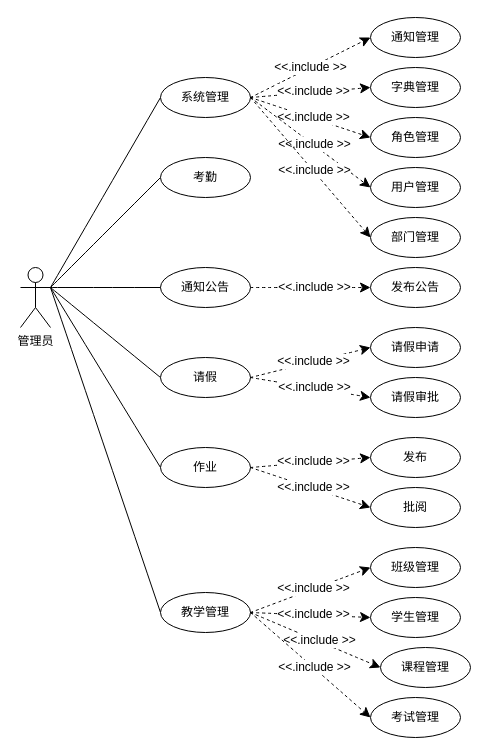
The draw.io diagram page "管理员用例图" (41 of 47) of 系统结构图.drawio in yuglei/design, before the edit. Source tidied: cells renumbered, new cells numbered last; positions are measured from the earlier drawing's top-left corner, leaving out a move shared by most shapes. Both pictures are drawn from the tidied source at 100%, with x=0, y=0 at pixel (20, 17).
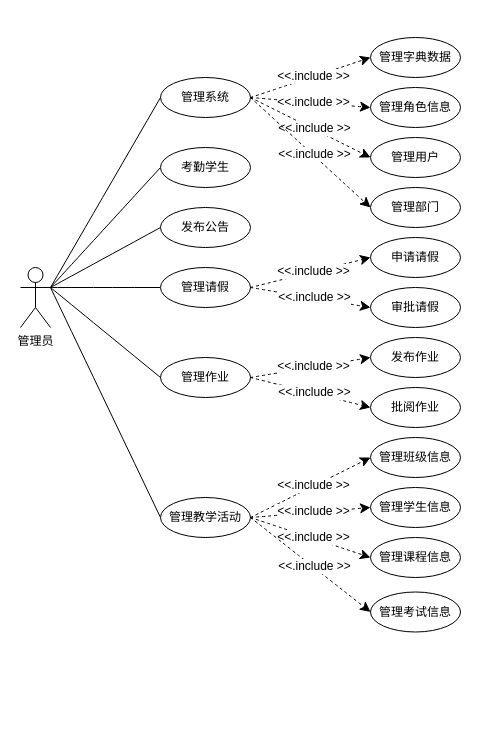
The same page after the edit.

The change refers to these unchanged cells:
```xml
<mxCell id="7" value="管理员" style="shape=umlActor;verticalLabelPosition=bottom;verticalAlign=top;html=1;outlineConnect=0;" parent="1" vertex="1">
  <mxGeometry y="250" width="30" height="60" as="geometry" />
</mxCell>
```

Change to the diagram source:
```diff
@@
-    <mxCell id="8" value="&amp;lt;&amp;lt;.include &amp;gt;&amp;gt;" style="edgeStyle=none;curved=1;rounded=0;jettySize=auto;html=1;exitX=1;exitY=0.5;exitDx=0;exitDy=0;entryX=0;entryY=0.5;entryDx=0;entryDy=0;fontSize=12;startSize=8;endSize=8;dashed=1;" parent="1" edge="1" source="9" target="14">
-      <mxGeometry relative="1" as="geometry" />
-    </mxCell>
-    <mxCell id="9" value="系统管理" style="ellipse;whiteSpace=wrap;html=1;" parent="1" vertex="1">
+    <mxCell id="9" value="管理系统" style="ellipse;whiteSpace=wrap;html=1;" parent="1" vertex="1">
       <mxGeometry x="140" y="60" width="90" height="40" as="geometry" />
     </mxCell>
-    <mxCell id="10" value="教学管理" style="ellipse;whiteSpace=wrap;html=1;" parent="1" vertex="1">
-      <mxGeometry x="140" y="575" width="90" height="40" as="geometry" />
+    <mxCell id="10" value="管理教学活动" style="ellipse;whiteSpace=wrap;html=1;" parent="1" vertex="1">
+      <mxGeometry x="140" y="480" width="90" height="40" as="geometry" />
     </mxCell>
-    <mxCell id="11" value="考勤" style="ellipse;whiteSpace=wrap;html=1;" parent="1" vertex="1">
-      <mxGeometry x="140" y="140" width="90" height="40" as="geometry" />
+    <mxCell id="11" value="考勤学生" style="ellipse;whiteSpace=wrap;html=1;" parent="1" vertex="1">
+      <mxGeometry x="140" y="130" width="90" height="40" as="geometry" />
     </mxCell>
-    <mxCell id="12" value="作业" style="ellipse;whiteSpace=wrap;html=1;" parent="1" vertex="1">
-      <mxGeometry x="140" y="430" width="90" height="40" as="geometry" />
+    <mxCell id="12" value="管理作业" style="ellipse;whiteSpace=wrap;html=1;" parent="1" vertex="1">
+      <mxGeometry x="140" y="340" width="90" height="40" as="geometry" />
     </mxCell>
-    <mxCell id="13" value="请假" style="ellipse;whiteSpace=wrap;html=1;" parent="1" vertex="1">
-      <mxGeometry x="140" y="340" width="90" height="40" as="geometry" />
+    <mxCell id="13" value="管理请假" style="ellipse;whiteSpace=wrap;html=1;" parent="1" vertex="1">
+      <mxGeometry x="140" y="250" width="90" height="40" as="geometry" />
     </mxCell>
-    <mxCell id="14" value="通知管理" style="ellipse;whiteSpace=wrap;html=1;" parent="1" vertex="1">
-      <mxGeometry x="350" width="90" height="40" as="geometry" />
-    </mxCell>
-    <mxCell id="15" value="部门管理" style="ellipse;whiteSpace=wrap;html=1;" parent="1" vertex="1">
-      <mxGeometry x="350" y="200" width="90" height="40" as="geometry" />
+    <mxCell id="15" value="管理部门" style="ellipse;whiteSpace=wrap;html=1;" parent="1" vertex="1">
+      <mxGeometry x="350" y="170" width="90" height="40" as="geometry" />
     </mxCell>
-    <mxCell id="16" value="字典管理" style="ellipse;whiteSpace=wrap;html=1;" parent="1" vertex="1">
-      <mxGeometry x="350" y="50" width="90" height="40" as="geometry" />
+    <mxCell id="16" value="管理字典数据" style="ellipse;whiteSpace=wrap;html=1;" parent="1" vertex="1">
+      <mxGeometry x="350" y="20" width="90" height="40" as="geometry" />
     </mxCell>
-    <mxCell id="17" value="角色管理" style="ellipse;whiteSpace=wrap;html=1;" parent="1" vertex="1">
-      <mxGeometry x="350" y="100" width="90" height="40" as="geometry" />
+    <mxCell id="17" value="管理角色信息" style="ellipse;whiteSpace=wrap;html=1;" parent="1" vertex="1">
+      <mxGeometry x="350" y="70" width="90" height="40" as="geometry" />
     </mxCell>
-    <mxCell id="18" value="用户管理" style="ellipse;whiteSpace=wrap;html=1;" parent="1" vertex="1">
-      <mxGeometry x="350" y="150" width="90" height="40" as="geometry" />
+    <mxCell id="18" value="管理用户" style="ellipse;whiteSpace=wrap;html=1;" parent="1" vertex="1">
+      <mxGeometry x="350" y="120" width="90" height="40" as="geometry" />
     </mxCell>
@@
-    <mxCell id="27" value="请假审批" style="ellipse;whiteSpace=wrap;html=1;" parent="1" vertex="1">
-      <mxGeometry x="350" y="360" width="90" height="40" as="geometry" />
+    <mxCell id="27" value="审批请假" style="ellipse;whiteSpace=wrap;html=1;" parent="1" vertex="1">
+      <mxGeometry x="350" y="270" width="90" height="40" as="geometry" />
     </mxCell>
-    <mxCell id="28" value="请假申请" style="ellipse;whiteSpace=wrap;html=1;" parent="1" vertex="1">
-      <mxGeometry x="350" y="310" width="90" height="40" as="geometry" />
+    <mxCell id="28" value="申请请假" style="ellipse;whiteSpace=wrap;html=1;" parent="1" vertex="1">
+      <mxGeometry x="350" y="220" width="90" height="40" as="geometry" />
     </mxCell>
@@
-    <mxCell id="33" value="批阅" style="ellipse;whiteSpace=wrap;html=1;" parent="1" vertex="1">
-      <mxGeometry x="350" y="470" width="90" height="40" as="geometry" />
+    <mxCell id="33" value="批阅作业" style="ellipse;whiteSpace=wrap;html=1;" parent="1" vertex="1">
+      <mxGeometry x="350" y="370" width="90" height="40" as="geometry" />
     </mxCell>
-    <mxCell id="34" value="发布" style="ellipse;whiteSpace=wrap;html=1;" parent="1" vertex="1">
-      <mxGeometry x="350" y="420" width="90" height="40" as="geometry" />
+    <mxCell id="34" value="发布作业" style="ellipse;whiteSpace=wrap;html=1;" parent="1" vertex="1">
+      <mxGeometry x="350" y="320" width="90" height="40" as="geometry" />
     </mxCell>
@@
-    <mxCell id="39" value="考试管理" style="ellipse;whiteSpace=wrap;html=1;" parent="1" vertex="1">
-      <mxGeometry x="350" y="680" width="90" height="40" as="geometry" />
+    <mxCell id="39" value="管理考试信息" style="ellipse;whiteSpace=wrap;html=1;" parent="1" vertex="1">
+      <mxGeometry x="350" y="574.5" width="90" height="40" as="geometry" />
     </mxCell>
-    <mxCell id="40" value="学生管理" style="ellipse;whiteSpace=wrap;html=1;" parent="1" vertex="1">
-      <mxGeometry x="350" y="580" width="90" height="40" as="geometry" />
+    <mxCell id="40" value="管理学生信息" style="ellipse;whiteSpace=wrap;html=1;" parent="1" vertex="1">
+      <mxGeometry x="350" y="470" width="90" height="40" as="geometry" />
     </mxCell>
-    <mxCell id="41" value="班级管理" style="ellipse;whiteSpace=wrap;html=1;" parent="1" vertex="1">
-      <mxGeometry x="350" y="530" width="90" height="40" as="geometry" />
+    <mxCell id="41" value="管理班级信息" style="ellipse;whiteSpace=wrap;html=1;" parent="1" vertex="1">
+      <mxGeometry x="350" y="420" width="90" height="40" as="geometry" />
     </mxCell>
-    <mxCell id="42" value="课程管理" style="ellipse;whiteSpace=wrap;html=1;" parent="1" vertex="1">
-      <mxGeometry x="360" y="630" width="90" height="40" as="geometry" />
+    <mxCell id="42" value="管理课程信息" style="ellipse;whiteSpace=wrap;html=1;" parent="1" vertex="1">
+      <mxGeometry x="350" y="520" width="90" height="40" as="geometry" />
     </mxCell>
@@
-    <mxCell id="51" value="通知公告" style="ellipse;whiteSpace=wrap;html=1;" parent="1" vertex="1">
-      <mxGeometry x="140" y="250" width="90" height="40" as="geometry" />
-    </mxCell>
-    <mxCell id="52" style="edgeStyle=none;curved=1;rounded=0;jettySize=auto;html=1;exitX=1;exitY=0.3333333333333333;exitDx=0;exitDy=0;exitPerimeter=0;entryX=0;entryY=0.5;entryDx=0;entryDy=0;fontSize=12;startSize=8;endSize=8;endArrow=none;endFill=0;" parent="1" edge="1" source="7" target="51">
+    <mxCell id="52" style="edgeStyle=none;curved=1;rounded=0;jettySize=auto;html=1;exitX=1;exitY=0.3333333333333333;exitDx=0;exitDy=0;exitPerimeter=0;entryX=0;entryY=0.5;entryDx=0;entryDy=0;fontSize=12;startSize=8;endSize=8;endArrow=none;endFill=0;" parent="1" edge="1" source="7" target="53">
       <mxGeometry relative="1" as="geometry" />
     </mxCell>
     <mxCell id="53" value="发布公告" style="ellipse;whiteSpace=wrap;html=1;" parent="1" vertex="1">
-      <mxGeometry x="350" y="250" width="90" height="40" as="geometry" />
+      <mxGeometry x="140" y="190" width="90" height="40" as="geometry" />
     </mxCell>
-    <mxCell id="54" style="edgeStyle=none;curved=1;rounded=0;jettySize=auto;html=1;exitX=1;exitY=0.5;exitDx=0;exitDy=0;entryX=0;entryY=0.5;entryDx=0;entryDy=0;fontSize=12;startSize=8;endSize=8;dashed=1;" parent="1" edge="1" source="51" target="53">
-      <mxGeometry relative="1" as="geometry" />
-    </mxCell>
-    <mxCell id="55" value="&amp;lt;&amp;lt;.include &amp;gt;&amp;gt;" style="edgeLabel;html=1;align=center;verticalAlign=middle;fontSize=12;" parent="54" vertex="1">
-      <mxGeometry x="0.05" y="1" relative="1" as="geometry" />
-    </mxCell>
```
